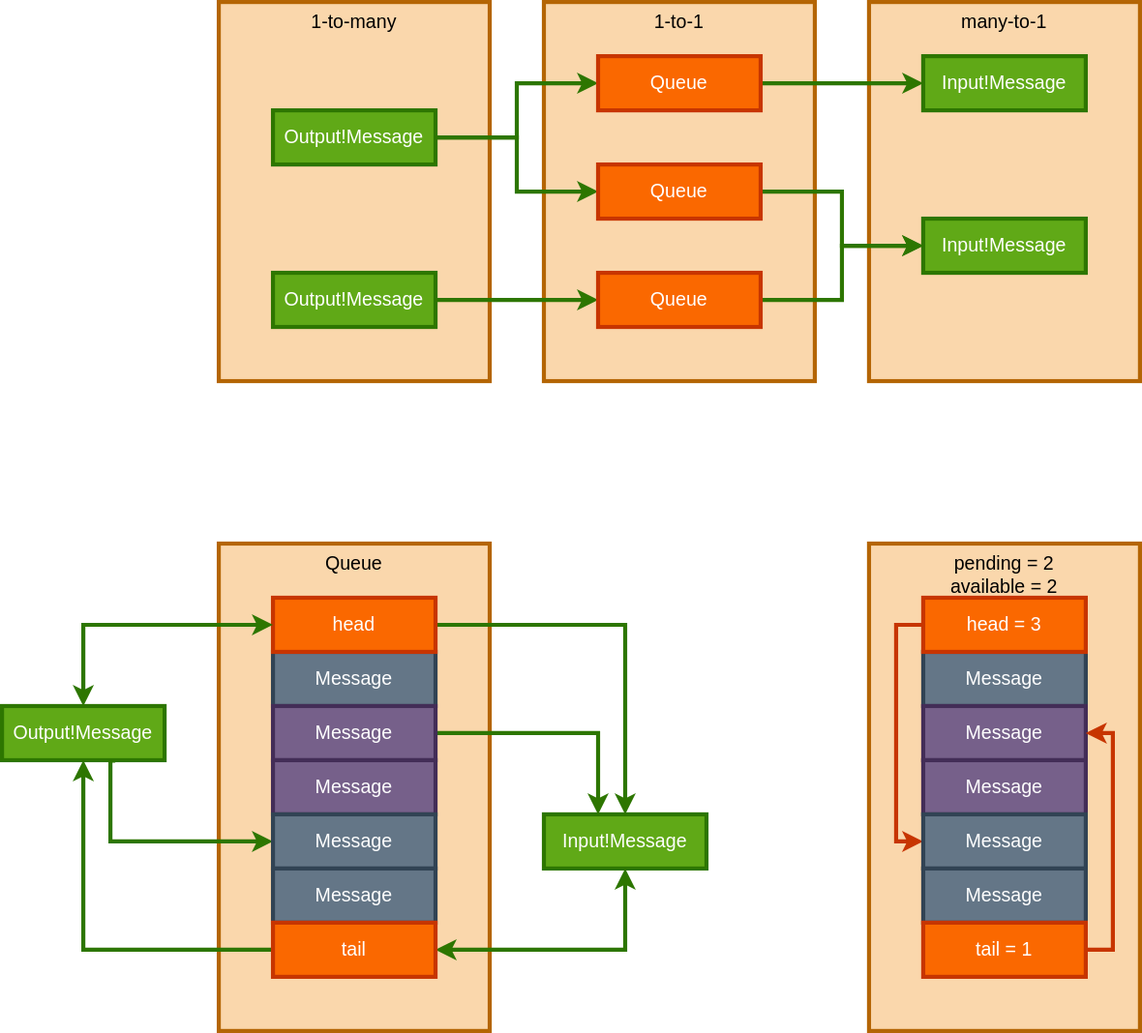
nin-jin/go.d keeps this draw.io diagram as readme.drawio.svg. Above is the earlier version. Source tidied: cells renumbered, new cells last; positions are measured from the earlier drawing's top-left corner, leaving out a move shared by most shapes.
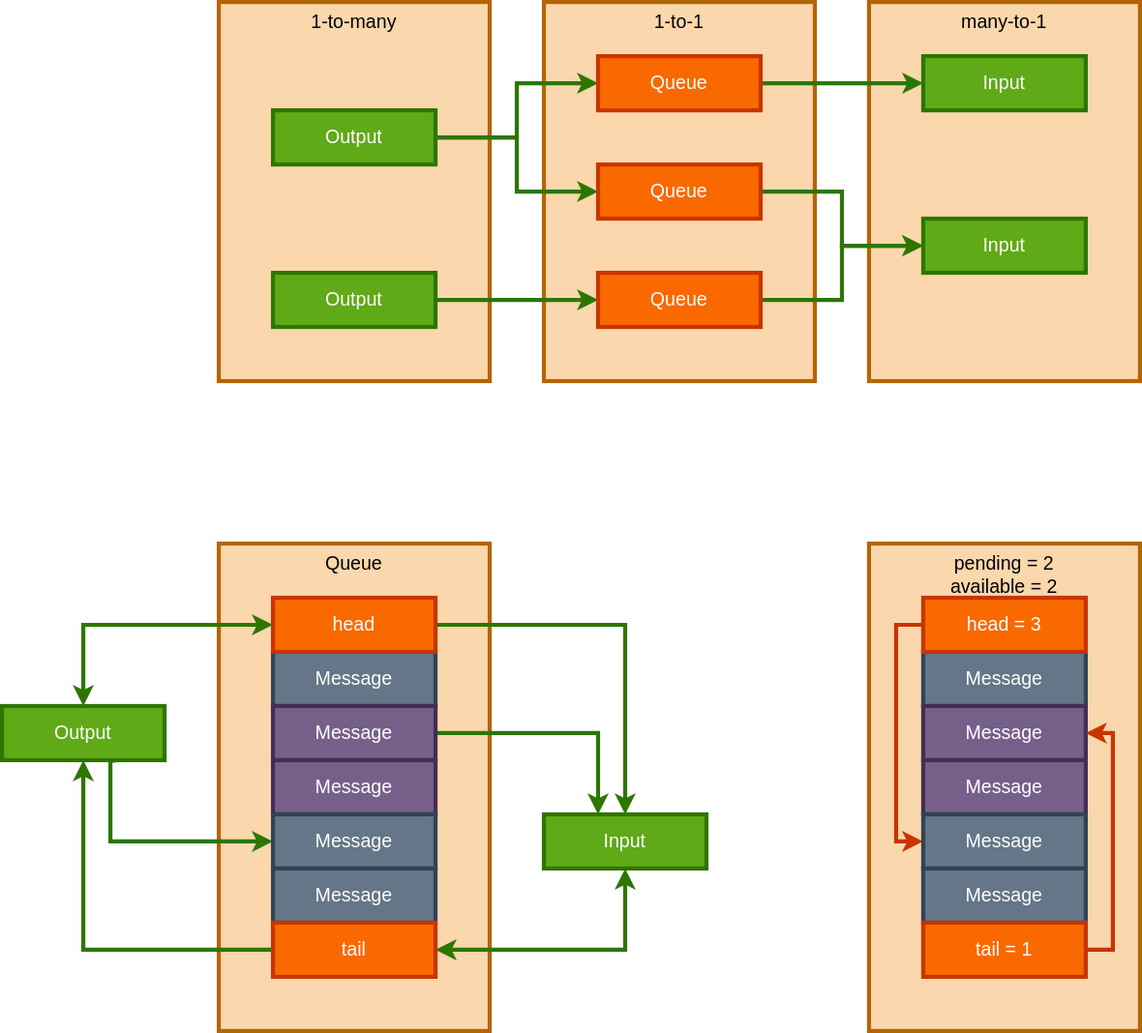
Above is the later version.

Diff of the diagram source:
```diff
@@ -53,7 +53,7 @@
         </Array>
       </mxGeometry>
     </mxCell>
-    <mxCell id="15" value="Input!Message" style="rounded=0;whiteSpace=wrap;html=1;fillColor=#60a917;strokeColor=#2D7600;fontColor=#ffffff;strokeWidth=3;fontStyle=0;fontSize=14;" parent="1" vertex="1">
+    <mxCell id="15" value="Input" style="rounded=0;whiteSpace=wrap;html=1;fillColor=#60a917;strokeColor=#2D7600;fontColor=#ffffff;strokeWidth=3;fontStyle=0;fontSize=14;" parent="1" vertex="1">
       <mxGeometry x="400" y="600" width="120" height="40" as="geometry" />
     </mxCell>
     <mxCell id="16" style="edgeStyle=orthogonalEdgeStyle;rounded=0;jettySize=auto;html=1;entryX=0;entryY=0.5;entryDx=0;entryDy=0;strokeWidth=3;fontSize=14;fontColor=#000000;fillColor=#60a917;strokeColor=#2D7600;startArrow=classic;startFill=1;" parent="1" edge="1" source="18" target="12">
@@ -72,7 +72,7 @@
         </Array>
       </mxGeometry>
     </mxCell>
-    <mxCell id="18" value="Output!Message" style="rounded=0;whiteSpace=wrap;html=1;fillColor=#60a917;strokeColor=#2D7600;fontColor=#ffffff;strokeWidth=3;fontStyle=0;fontSize=14;" parent="1" vertex="1">
+    <mxCell id="18" value="Output" style="rounded=0;whiteSpace=wrap;html=1;fillColor=#60a917;strokeColor=#2D7600;fontColor=#ffffff;strokeWidth=3;fontStyle=0;fontSize=14;" parent="1" vertex="1">
       <mxGeometry y="520" width="120" height="40" as="geometry" />
     </mxCell>
     <mxCell id="19" value="Message" style="rounded=0;whiteSpace=wrap;html=1;fillColor=#647687;strokeColor=#314354;fontColor=#ffffff;strokeWidth=3;fontStyle=0;fontSize=14;" parent="1" vertex="1">
@@ -121,13 +121,13 @@
     <mxCell id="30" style="edgeStyle=orthogonalEdgeStyle;rounded=0;jettySize=auto;html=1;strokeWidth=3;fillColor=#60a917;strokeColor=#2D7600;" parent="1" edge="1" source="31" target="38">
       <mxGeometry relative="1" as="geometry" />
     </mxCell>
-    <mxCell id="31" value="Output!Message" style="rounded=0;whiteSpace=wrap;html=1;fillColor=#60a917;strokeColor=#2D7600;fontColor=#ffffff;strokeWidth=3;fontStyle=0;fontSize=14;" parent="1" vertex="1">
+    <mxCell id="31" value="Output" style="rounded=0;whiteSpace=wrap;html=1;fillColor=#60a917;strokeColor=#2D7600;fontColor=#ffffff;strokeWidth=3;fontStyle=0;fontSize=14;" parent="1" vertex="1">
       <mxGeometry x="200" y="80" width="120" height="40" as="geometry" />
     </mxCell>
     <mxCell id="32" style="edgeStyle=orthogonalEdgeStyle;rounded=0;jettySize=auto;html=1;strokeWidth=3;fillColor=#60a917;strokeColor=#2D7600;endArrow=none;endFill=0;startArrow=classic;startFill=1;" parent="1" edge="1" source="33" target="34">
       <mxGeometry relative="1" as="geometry" />
     </mxCell>
-    <mxCell id="33" value="Input!Message" style="rounded=0;whiteSpace=wrap;html=1;fillColor=#60a917;strokeColor=#2D7600;fontColor=#ffffff;strokeWidth=3;fontStyle=0;fontSize=14;" parent="1" vertex="1">
+    <mxCell id="33" value="Input" style="rounded=0;whiteSpace=wrap;html=1;fillColor=#60a917;strokeColor=#2D7600;fontColor=#ffffff;strokeWidth=3;fontStyle=0;fontSize=14;" parent="1" vertex="1">
       <mxGeometry x="680" y="40" width="120" height="40" as="geometry" />
     </mxCell>
     <mxCell id="34" value="Queue" style="rounded=0;whiteSpace=wrap;html=1;fillColor=#fa6800;strokeColor=#C73500;fontColor=#ffffff;strokeWidth=3;fontStyle=0;fontSize=14;" parent="1" vertex="1">
@@ -139,7 +139,7 @@
     <mxCell id="36" style="edgeStyle=orthogonalEdgeStyle;rounded=0;jettySize=auto;html=1;strokeWidth=3;fillColor=#60a917;strokeColor=#2D7600;endArrow=none;endFill=0;startArrow=classic;startFill=1;" parent="1" edge="1" source="37" target="38">
       <mxGeometry relative="1" as="geometry" />
     </mxCell>
-    <mxCell id="37" value="Input!Message" style="rounded=0;whiteSpace=wrap;html=1;fillColor=#60a917;strokeColor=#2D7600;fontColor=#ffffff;strokeWidth=3;fontStyle=0;fontSize=14;" parent="1" vertex="1">
+    <mxCell id="37" value="Input" style="rounded=0;whiteSpace=wrap;html=1;fillColor=#60a917;strokeColor=#2D7600;fontColor=#ffffff;strokeWidth=3;fontStyle=0;fontSize=14;" parent="1" vertex="1">
       <mxGeometry x="680" y="160" width="120" height="40" as="geometry" />
     </mxCell>
     <mxCell id="38" value="Queue" style="rounded=0;whiteSpace=wrap;html=1;fillColor=#fa6800;strokeColor=#C73500;fontColor=#ffffff;strokeWidth=3;fontStyle=0;fontSize=14;" parent="1" vertex="1">
@@ -148,7 +148,7 @@
     <mxCell id="39" style="edgeStyle=orthogonalEdgeStyle;rounded=0;jettySize=auto;html=1;strokeWidth=3;fillColor=#60a917;strokeColor=#2D7600;" parent="1" edge="1" source="40" target="41">
       <mxGeometry relative="1" as="geometry" />
     </mxCell>
-    <mxCell id="40" value="Output!Message" style="rounded=0;whiteSpace=wrap;html=1;fillColor=#60a917;strokeColor=#2D7600;fontColor=#ffffff;strokeWidth=3;fontStyle=0;fontSize=14;" parent="1" vertex="1">
+    <mxCell id="40" value="Output" style="rounded=0;whiteSpace=wrap;html=1;fillColor=#60a917;strokeColor=#2D7600;fontColor=#ffffff;strokeWidth=3;fontStyle=0;fontSize=14;" parent="1" vertex="1">
       <mxGeometry x="200" y="200" width="120" height="40" as="geometry" />
     </mxCell>
     <mxCell id="41" value="Queue" style="rounded=0;whiteSpace=wrap;html=1;fillColor=#fa6800;strokeColor=#C73500;fontColor=#ffffff;strokeWidth=3;fontStyle=0;fontSize=14;" parent="1" vertex="1">
```
